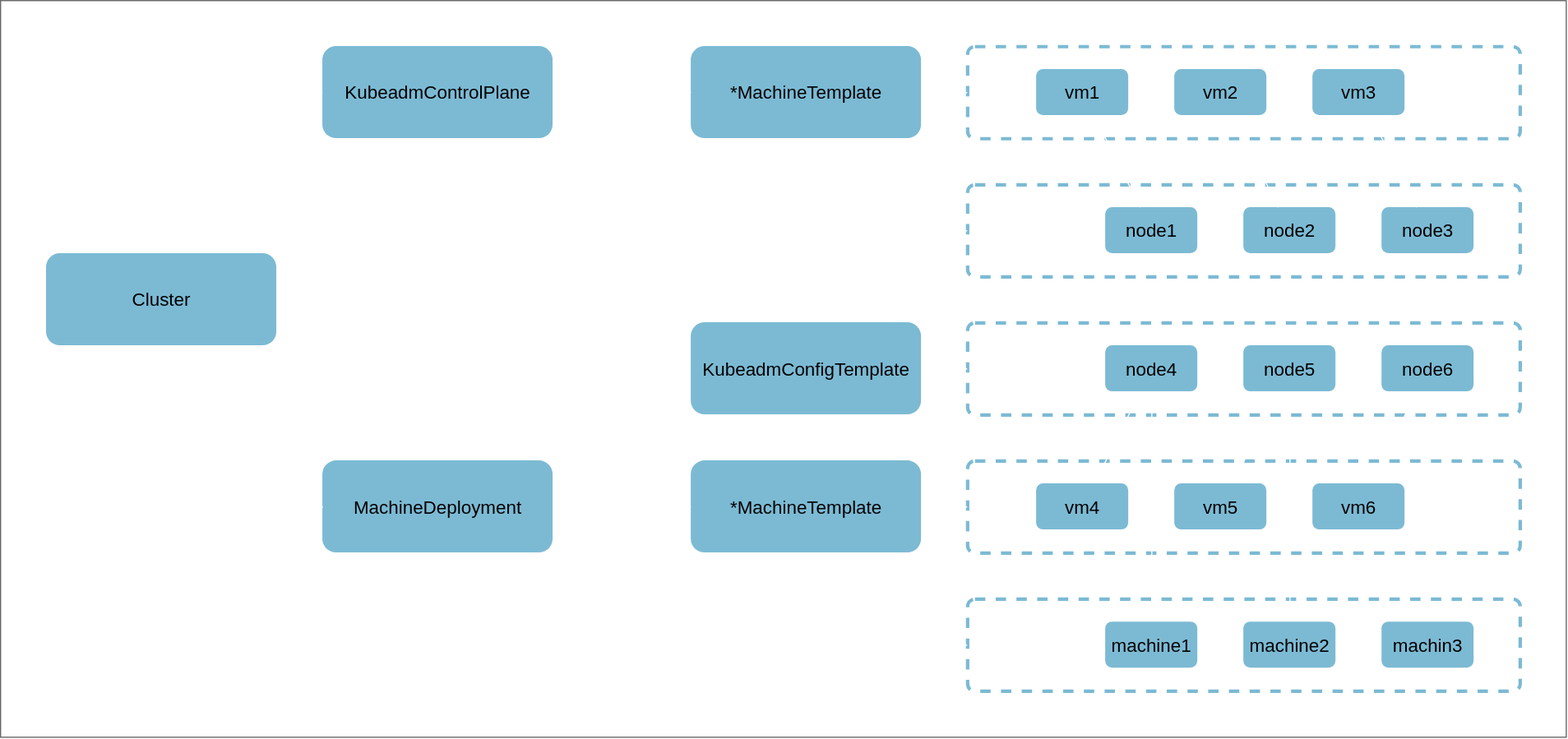
nicholasdille/container-slides keeps this draw.io diagram as 120_kubernetes/cluster-api/overview5.drawio.svg. Above is the earlier version. Source tidied: cells renumbered, new cells last; positions are measured from the earlier drawing's top-left corner, leaving out a move shared by most shapes. Its diagram source:
```xml
<mxGraphModel>
  <root>
    <mxCell id="0" />
    <mxCell id="1" parent="0" />
    <mxCell id="2" style="rounded=0;whiteSpace=wrap;html=1;fillColor=none;strokeColor=#666666;" parent="1" vertex="1">
      <mxGeometry width="1360" height="640" as="geometry" />
    </mxCell>
    <mxCell id="3" value="Control Plane" style="rounded=1;whiteSpace=wrap;html=1;roundedPerimeter=1;fillColor=none;strokeColor=#7CBAD4;dashed=1;align=left;strokeWidth=3;fontSize=16;arcSize=8;fontColor=light-dark(#FFFFFF,#FFFFFF);" parent="1" vertex="1">
      <mxGeometry x="840" y="160" width="480" height="80" as="geometry" />
    </mxCell>
    <mxCell id="4" value="node1" style="rounded=1;whiteSpace=wrap;html=1;roundedPerimeter=1;fillColor=#7CBAD4;strokeColor=none;dashed=1;align=center;strokeWidth=3;fontSize=16;" parent="1" vertex="1">
      <mxGeometry x="960" y="180" width="80" height="40" as="geometry" />
    </mxCell>
    <mxCell id="5" value="node2" style="rounded=1;whiteSpace=wrap;html=1;roundedPerimeter=1;fillColor=#7CBAD4;strokeColor=none;dashed=1;align=center;strokeWidth=3;fontSize=16;" parent="1" vertex="1">
      <mxGeometry x="1080" y="180" width="80" height="40" as="geometry" />
    </mxCell>
    <mxCell id="6" value="node3" style="rounded=1;whiteSpace=wrap;html=1;roundedPerimeter=1;fillColor=#7CBAD4;strokeColor=none;dashed=1;align=center;strokeWidth=3;fontSize=16;" parent="1" vertex="1">
      <mxGeometry x="1200" y="180" width="80" height="40" as="geometry" />
    </mxCell>
    <mxCell id="7" value="Worker" style="rounded=1;whiteSpace=wrap;html=1;roundedPerimeter=1;fillColor=none;strokeColor=#7CBAD4;dashed=1;align=left;strokeWidth=3;fontSize=16;arcSize=8;fontColor=light-dark(#FFFFFF,#FFFFFF);" parent="1" vertex="1">
      <mxGeometry x="840" y="280" width="480" height="80" as="geometry" />
    </mxCell>
    <mxCell id="8" value="node4" style="rounded=1;whiteSpace=wrap;html=1;roundedPerimeter=1;fillColor=#7CBAD4;strokeColor=none;dashed=1;align=center;strokeWidth=3;fontSize=16;" parent="1" vertex="1">
      <mxGeometry x="960" y="300" width="80" height="40" as="geometry" />
    </mxCell>
    <mxCell id="9" value="node5" style="rounded=1;whiteSpace=wrap;html=1;roundedPerimeter=1;fillColor=#7CBAD4;strokeColor=none;dashed=1;align=center;strokeWidth=3;fontSize=16;" parent="1" vertex="1">
      <mxGeometry x="1080" y="300" width="80" height="40" as="geometry" />
    </mxCell>
    <mxCell id="10" value="node6" style="rounded=1;whiteSpace=wrap;html=1;roundedPerimeter=1;fillColor=#7CBAD4;strokeColor=none;dashed=1;align=center;strokeWidth=3;fontSize=16;" parent="1" vertex="1">
      <mxGeometry x="1200" y="300" width="80" height="40" as="geometry" />
    </mxCell>
    <mxCell id="11" style="rounded=1;whiteSpace=wrap;html=1;roundedPerimeter=1;fillColor=none;strokeColor=#7CBAD4;dashed=1;align=left;strokeWidth=3;fontSize=16;arcSize=8;fontColor=light-dark(#FFFFFF,#FFFFFF);" parent="1" vertex="1">
      <mxGeometry x="840" y="40" width="480" height="80" as="geometry" />
    </mxCell>
    <mxCell id="12" style="edgeStyle=none;html=1;strokeColor=light-dark(#FFFFFF,#FFFFFF);" parent="1" edge="1" source="13" target="4">
      <mxGeometry relative="1" as="geometry" />
    </mxCell>
    <mxCell id="13" value="vm1" style="rounded=1;whiteSpace=wrap;html=1;roundedPerimeter=1;fillColor=#7CBAD4;strokeColor=none;dashed=1;align=center;strokeWidth=3;fontSize=16;" parent="1" vertex="1">
      <mxGeometry x="900" y="60" width="80" height="40" as="geometry" />
    </mxCell>
    <mxCell id="14" style="edgeStyle=none;html=1;strokeColor=light-dark(#FFFFFF,#FFFFFF);" parent="1" edge="1" source="15" target="5">
      <mxGeometry relative="1" as="geometry" />
    </mxCell>
    <mxCell id="15" value="vm2" style="rounded=1;whiteSpace=wrap;html=1;roundedPerimeter=1;fillColor=#7CBAD4;strokeColor=none;dashed=1;align=center;strokeWidth=3;fontSize=16;" parent="1" vertex="1">
      <mxGeometry x="1020" y="60" width="80" height="40" as="geometry" />
    </mxCell>
    <mxCell id="16" style="edgeStyle=none;html=1;strokeColor=light-dark(#FFFFFF,#FFFFFF);" parent="1" edge="1" source="17" target="6">
      <mxGeometry relative="1" as="geometry" />
    </mxCell>
    <mxCell id="17" value="vm3" style="rounded=1;whiteSpace=wrap;html=1;roundedPerimeter=1;fillColor=#7CBAD4;strokeColor=none;dashed=1;align=center;strokeWidth=3;fontSize=16;" parent="1" vertex="1">
      <mxGeometry x="1140" y="60" width="80" height="40" as="geometry" />
    </mxCell>
    <mxCell id="18" style="rounded=1;whiteSpace=wrap;html=1;roundedPerimeter=1;fillColor=none;strokeColor=#7CBAD4;dashed=1;align=left;strokeWidth=3;fontSize=16;arcSize=8;fontColor=light-dark(#FFFFFF,#FFFFFF);" parent="1" vertex="1">
      <mxGeometry x="840" y="400" width="480" height="80" as="geometry" />
    </mxCell>
    <mxCell id="19" style="edgeStyle=none;html=1;strokeColor=light-dark(#FFFFFF,#FFFFFF);" parent="1" edge="1" source="20" target="8">
      <mxGeometry relative="1" as="geometry" />
    </mxCell>
    <mxCell id="20" value="vm4" style="rounded=1;whiteSpace=wrap;html=1;roundedPerimeter=1;fillColor=#7CBAD4;strokeColor=none;dashed=1;align=center;strokeWidth=3;fontSize=16;" parent="1" vertex="1">
      <mxGeometry x="900" y="420" width="80" height="40" as="geometry" />
    </mxCell>
    <mxCell id="21" style="edgeStyle=none;html=1;strokeColor=light-dark(#FFFFFF,#FFFFFF);" parent="1" edge="1" source="22" target="9">
      <mxGeometry relative="1" as="geometry" />
    </mxCell>
    <mxCell id="22" value="vm5" style="rounded=1;whiteSpace=wrap;html=1;roundedPerimeter=1;fillColor=#7CBAD4;strokeColor=none;dashed=1;align=center;strokeWidth=3;fontSize=16;" parent="1" vertex="1">
      <mxGeometry x="1020" y="420" width="80" height="40" as="geometry" />
    </mxCell>
    <mxCell id="23" style="edgeStyle=none;html=1;strokeColor=light-dark(#FFFFFF,#FFFFFF);" parent="1" edge="1" source="24" target="10">
      <mxGeometry relative="1" as="geometry" />
    </mxCell>
    <mxCell id="24" value="vm6" style="rounded=1;whiteSpace=wrap;html=1;roundedPerimeter=1;fillColor=#7CBAD4;strokeColor=none;dashed=1;align=center;strokeWidth=3;fontSize=16;" parent="1" vertex="1">
      <mxGeometry x="1140" y="420" width="80" height="40" as="geometry" />
    </mxCell>
    <mxCell id="25" value="MachineSet" style="rounded=1;whiteSpace=wrap;html=1;roundedPerimeter=1;fillColor=none;strokeColor=#7CBAD4;dashed=1;align=left;strokeWidth=3;fontSize=16;arcSize=8;fontColor=light-dark(#FFFFFF,#FFFFFF);" parent="1" vertex="1">
      <mxGeometry x="840" y="520" width="480" height="80" as="geometry" />
    </mxCell>
    <mxCell id="26" style="edgeStyle=none;html=1;strokeColor=light-dark(#FFFFFF,#FFFFFF);" parent="1" edge="1" source="27" target="8">
      <mxGeometry relative="1" as="geometry" />
    </mxCell>
    <mxCell id="27" value="machine1" style="rounded=1;whiteSpace=wrap;html=1;roundedPerimeter=1;fillColor=#7CBAD4;strokeColor=none;dashed=1;align=center;strokeWidth=3;fontSize=16;" parent="1" vertex="1">
      <mxGeometry x="960" y="540" width="80" height="40" as="geometry" />
    </mxCell>
    <mxCell id="28" style="edgeStyle=none;html=1;strokeColor=light-dark(#FFFFFF,#FFFFFF);" parent="1" edge="1" source="29" target="9">
      <mxGeometry relative="1" as="geometry" />
    </mxCell>
    <mxCell id="29" value="machine2" style="rounded=1;whiteSpace=wrap;html=1;roundedPerimeter=1;fillColor=#7CBAD4;strokeColor=none;dashed=1;align=center;strokeWidth=3;fontSize=16;" parent="1" vertex="1">
      <mxGeometry x="1080" y="540" width="80" height="40" as="geometry" />
    </mxCell>
    <mxCell id="30" style="edgeStyle=none;html=1;strokeColor=light-dark(#FFFFFF,#FFFFFF);" parent="1" edge="1" source="31" target="10">
      <mxGeometry relative="1" as="geometry" />
    </mxCell>
    <mxCell id="31" value="machin3" style="rounded=1;whiteSpace=wrap;html=1;roundedPerimeter=1;fillColor=#7CBAD4;strokeColor=none;dashed=1;align=center;strokeWidth=3;fontSize=16;" parent="1" vertex="1">
      <mxGeometry x="1200" y="540" width="80" height="40" as="geometry" />
    </mxCell>
    <mxCell id="32" style="edgeStyle=none;html=1;strokeColor=light-dark(#FFFFFF,#FFFFFF);" parent="1" edge="1" source="33" target="11">
      <mxGeometry relative="1" as="geometry" />
    </mxCell>
    <mxCell id="33" value="*MachineTemplate" style="rounded=1;whiteSpace=wrap;html=1;roundedPerimeter=1;fillColor=#7CBAD4;strokeColor=none;dashed=1;align=center;strokeWidth=3;fontSize=16;" parent="1" vertex="1">
      <mxGeometry x="600" y="40" width="200" height="80" as="geometry" />
    </mxCell>
    <mxCell id="34" style="edgeStyle=none;html=1;strokeColor=light-dark(#FFFFFF,#FFFFFF);" parent="1" edge="1" source="35" target="18">
      <mxGeometry relative="1" as="geometry" />
    </mxCell>
    <mxCell id="35" value="*MachineTemplate" style="rounded=1;whiteSpace=wrap;html=1;roundedPerimeter=1;fillColor=#7CBAD4;strokeColor=none;dashed=1;align=center;strokeWidth=3;fontSize=16;" parent="1" vertex="1">
      <mxGeometry x="600" y="400" width="200" height="80" as="geometry" />
    </mxCell>
    <mxCell id="36" style="edgeStyle=none;html=1;strokeColor=light-dark(#FFFFFF,#FFFFFF);" parent="1" edge="1" source="38" target="33">
      <mxGeometry relative="1" as="geometry" />
    </mxCell>
    <mxCell id="37" style="edgeStyle=orthogonalEdgeStyle;html=1;strokeColor=light-dark(#FFFFFF,#FFFFFF);" parent="1" edge="1" source="38" target="3">
      <mxGeometry x="-0.21" relative="1" as="geometry">
        <Array as="points">
          <mxPoint x="520" y="80" />
          <mxPoint x="520" y="200" />
        </Array>
      </mxGeometry>
    </mxCell>
    <mxCell id="38" value="KubeadmControlPlane" style="rounded=1;whiteSpace=wrap;html=1;roundedPerimeter=1;fillColor=#7CBAD4;strokeColor=none;dashed=1;align=center;strokeWidth=3;fontSize=16;" parent="1" vertex="1">
      <mxGeometry x="280" y="40" width="200" height="80" as="geometry" />
    </mxCell>
    <mxCell id="39" style="edgeStyle=none;html=1;strokeColor=light-dark(#FFFFFF,#FFFFFF);" parent="1" edge="1" source="42" target="35">
      <mxGeometry relative="1" as="geometry" />
    </mxCell>
    <mxCell id="40" style="edgeStyle=orthogonalEdgeStyle;html=1;strokeColor=light-dark(#FFFFFF,#FFFFFF);" parent="1" edge="1" source="42" target="44">
      <mxGeometry x="-0.36" relative="1" as="geometry">
        <Array as="points">
          <mxPoint x="520" y="440" />
          <mxPoint x="520" y="300" />
        </Array>
      </mxGeometry>
    </mxCell>
    <mxCell id="41" style="edgeStyle=orthogonalEdgeStyle;html=1;strokeColor=light-dark(#FFFFFF,#FFFFFF);" parent="1" edge="1" source="42" target="25">
      <mxGeometry x="-0.12" relative="1" as="geometry">
        <Array as="points">
          <mxPoint x="520" y="440" />
          <mxPoint x="520" y="560" />
        </Array>
      </mxGeometry>
    </mxCell>
    <mxCell id="42" value="MachineDeployment" style="rounded=1;whiteSpace=wrap;html=1;roundedPerimeter=1;fillColor=#7CBAD4;strokeColor=none;dashed=1;align=center;strokeWidth=3;fontSize=16;" parent="1" vertex="1">
      <mxGeometry x="280" y="400" width="200" height="80" as="geometry" />
    </mxCell>
    <mxCell id="43" style="edgeStyle=none;html=1;strokeColor=light-dark(#FFFFFF,#FFFFFF);" parent="1" edge="1" source="44" target="7">
      <mxGeometry relative="1" as="geometry" />
    </mxCell>
    <mxCell id="44" value="KubeadmConfigTemplate" style="rounded=1;whiteSpace=wrap;html=1;roundedPerimeter=1;fillColor=#7CBAD4;strokeColor=none;dashed=1;align=center;strokeWidth=3;fontSize=16;" parent="1" vertex="1">
      <mxGeometry x="600" y="280" width="200" height="80" as="geometry" />
    </mxCell>
    <mxCell id="45" style="edgeStyle=orthogonalEdgeStyle;html=1;strokeColor=light-dark(#FFFFFF,#FFFFFF);" parent="1" edge="1" source="47" target="38">
      <mxGeometry relative="1" as="geometry">
        <Array as="points">
          <mxPoint x="140" y="80" />
        </Array>
      </mxGeometry>
    </mxCell>
    <mxCell id="46" style="edgeStyle=orthogonalEdgeStyle;html=1;strokeColor=light-dark(#FFFFFF,#FFFFFF);" parent="1" edge="1" source="42" target="47">
      <mxGeometry x="0.12" relative="1" as="geometry" />
    </mxCell>
    <mxCell id="47" value="Cluster" style="rounded=1;whiteSpace=wrap;html=1;roundedPerimeter=1;fillColor=#7CBAD4;strokeColor=none;dashed=1;align=center;strokeWidth=3;fontSize=16;" parent="1" vertex="1">
      <mxGeometry x="40" y="220" width="200" height="80" as="geometry" />
    </mxCell>
  </root>
</mxGraphModel>
```
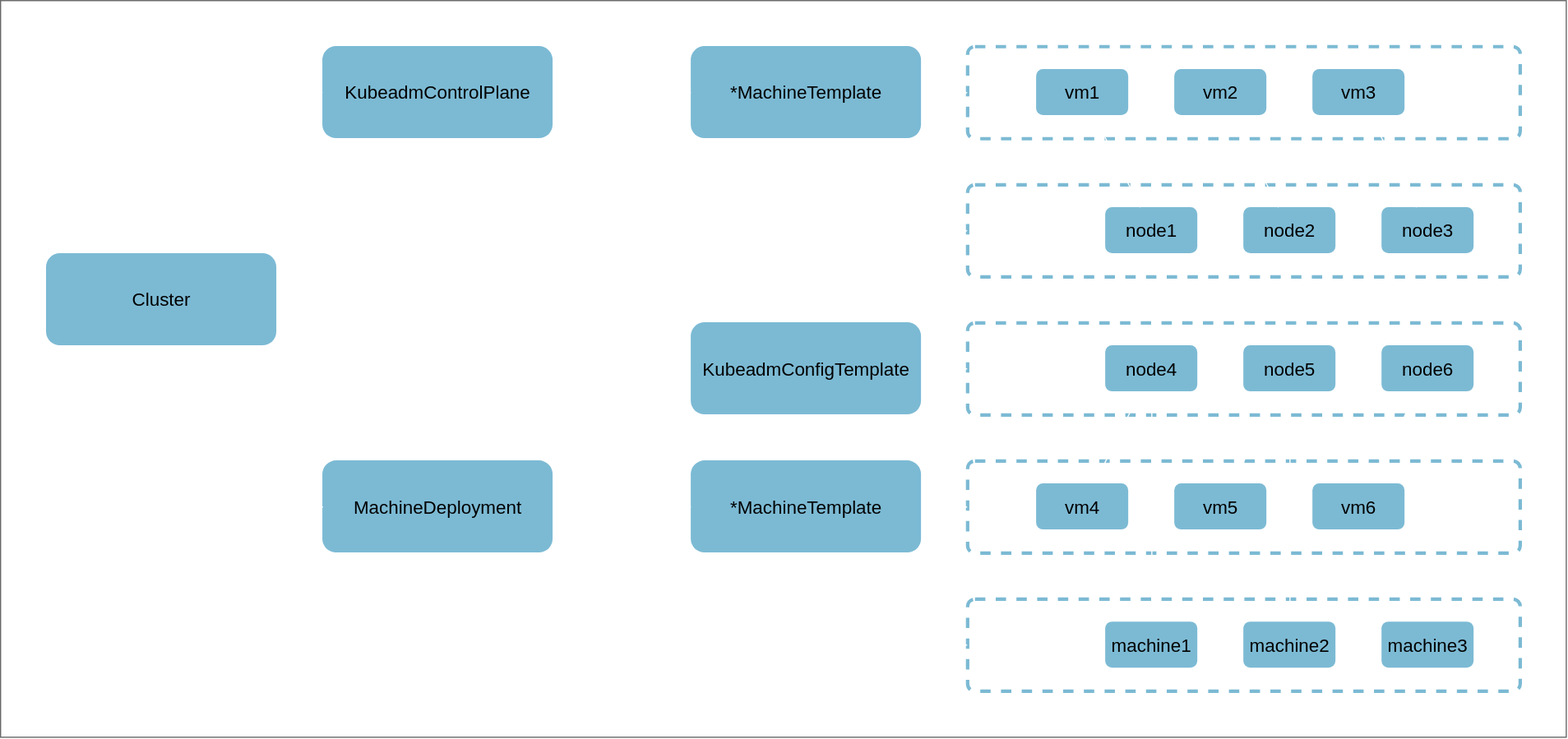
The same file after the commit.

Diff of the diagram source:
```diff
@@ -89,7 +89,7 @@
     <mxCell id="30" style="edgeStyle=none;html=1;strokeColor=light-dark(#FFFFFF,#FFFFFF);" parent="1" edge="1" source="31" target="10">
       <mxGeometry relative="1" as="geometry" />
     </mxCell>
-    <mxCell id="31" value="machin3" style="rounded=1;whiteSpace=wrap;html=1;roundedPerimeter=1;fillColor=#7CBAD4;strokeColor=none;dashed=1;align=center;strokeWidth=3;fontSize=16;" parent="1" vertex="1">
+    <mxCell id="31" value="machine3" style="rounded=1;whiteSpace=wrap;html=1;roundedPerimeter=1;fillColor=#7CBAD4;strokeColor=none;dashed=1;align=center;strokeWidth=3;fontSize=16;" parent="1" vertex="1">
       <mxGeometry x="1200" y="540" width="80" height="40" as="geometry" />
     </mxCell>
     <mxCell id="32" style="edgeStyle=none;html=1;strokeColor=light-dark(#FFFFFF,#FFFFFF);" parent="1" edge="1" source="33" target="11">
```
